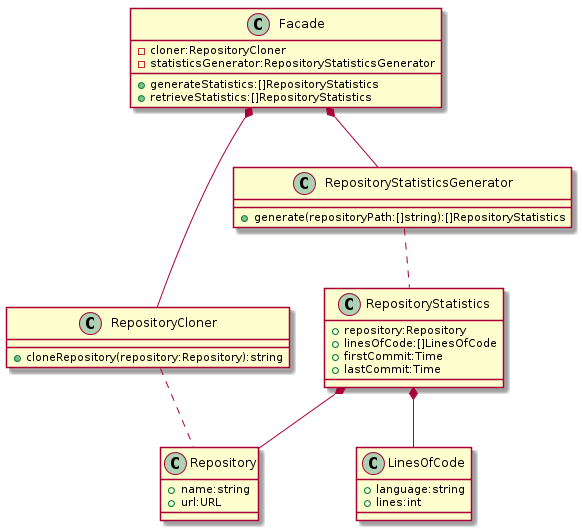
This is documentation/architecture/class.png from svo/our-source, a PlantUML export, as it was before one commit. Source of this version:
```plantuml
@startuml

class Repository {
  {field} + name:string
  {field} + url:URL
}

class LinesOfCode {
  {field} + language:string
  {field} + lines:int
}

class RepositoryStatistics {
  {field} + repository:Repository
  {field} + linesOfCode:[]LinesOfCode
  {field} + firstCommit:Time
  {field} + lastCommit:Time
}

class RepositoryCloner {
  {method} + cloneRepository(repository:Repository):string
}

class RepositoryStatisticsGenerator {
  {method} + generate(repositoryPath:[]string):[]RepositoryStatistics
}

class Facade {
  {field} - cloner:RepositoryCloner
  {field} - statisticsGenerator:RepositoryStatisticsGenerator

  {method} + generateStatistics:[]RepositoryStatistics
  {method} + retrieveStatistics:[]RepositoryStatistics
}

RepositoryStatistics *-- Repository
RepositoryStatistics *-- LinesOfCode
RepositoryCloner .. Repository
RepositoryStatisticsGenerator .. RepositoryStatistics
Facade *-- RepositoryCloner
Facade *-- RepositoryStatisticsGenerator
@enduml
```
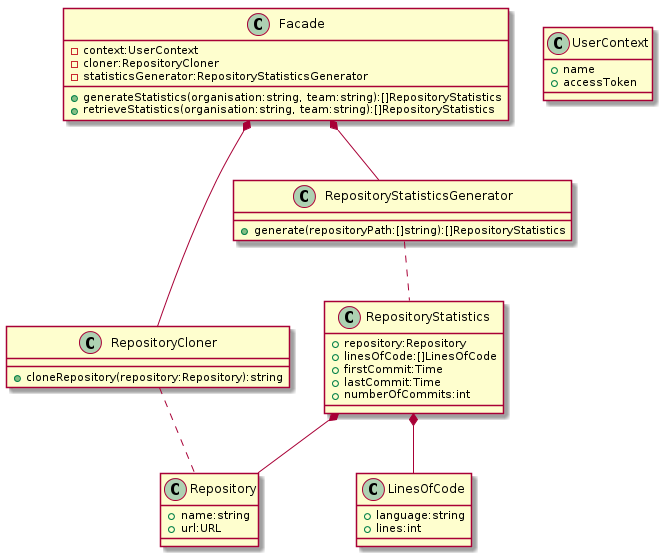
After the change.

Commit message:
Adding UserContex to Class Diagram

Also flushing out the Facade.

Task: https://trello.com/c/LgfgF8fT/

What changed in the source:
```diff
@@ -15,6 +15,7 @@
   {field} + linesOfCode:[]LinesOfCode
   {field} + firstCommit:Time
   {field} + lastCommit:Time
+  {field} + numberOfCommits:int
 }
 
 class RepositoryCloner {
@@ -25,12 +26,18 @@
   {method} + generate(repositoryPath:[]string):[]RepositoryStatistics
 }
 
+class UserContext {
+  {field} + name
+  {field} + accessToken
+}
+
 class Facade {
+  {field} - context:UserContext
   {field} - cloner:RepositoryCloner
   {field} - statisticsGenerator:RepositoryStatisticsGenerator
 
-  {method} + generateStatistics:[]RepositoryStatistics
-  {method} + retrieveStatistics:[]RepositoryStatistics
+  {method} + generateStatistics(organisation:string, team:string):[]RepositoryStatistics
+  {method} + retrieveStatistics(organisation:string, team:string):[]RepositoryStatistics
 }
 
 RepositoryStatistics *-- Repository
```
